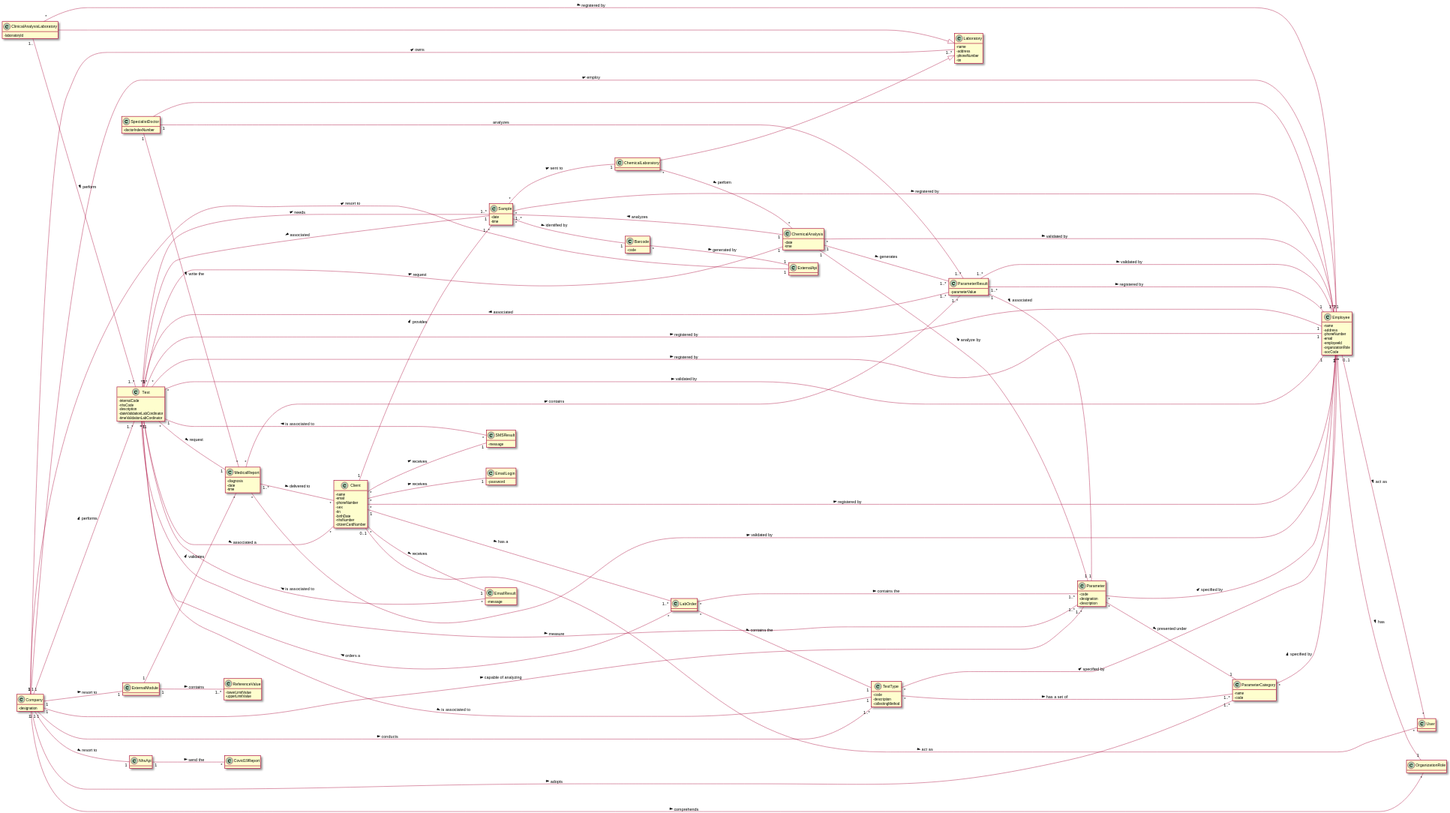
This is docs/SprintB/DM/DM2.svg from manu-07-ela/LAPR2_ISEP, a PlantUML export, as it was before one commit.
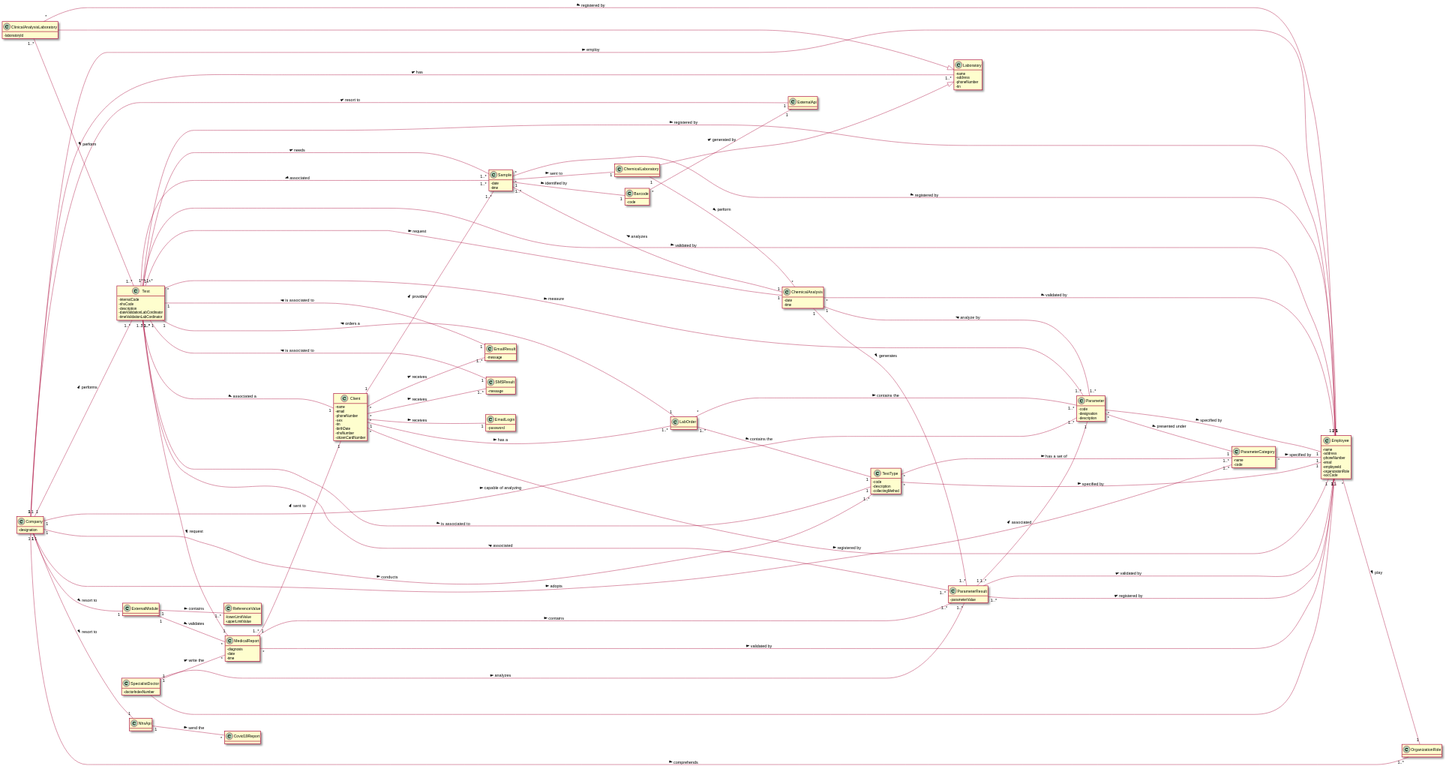
After the change.

Diff of the diagram source:
```diff
@@ -130,15 +130,13 @@
 -password
 }
 
-class User{
-}
 
 class OrganizationRole{
 }
 
-Company "1"---------------"1..*" Laboratory : owns >
-Company "1"---"*" Employee : employ >
-Company "1"---"*" OrganizationRole : comprehends >
+Company "1"---------------"1..*" Laboratory : has >
+Company "1"---"1..*" Employee : employ >
+Company "1"---"1..*" OrganizationRole : comprehends >
 Company "1"---"1..*" Parameter : capable of analyzing >
 Company "1"---"1..*" ParameterCategory : adopts >
 Company "1"---"1..*" Test : performs >
@@ -147,34 +145,32 @@
 Company "1"---"1" ExternalModule : resort to >
 Company "1"---"1" NhsApi : resort to >
 
-Employee "0..1"---"*" User : act as >
-Employee "*"---"1" OrganizationRole : has >
+Employee "*"---"1" OrganizationRole : play >
 
 ClinicalAnalysisLaboratory ---|> Laboratory
-ClinicalAnalysisLaboratory "1.."---"1..*" Test : perform >
+ClinicalAnalysisLaboratory "1..*"---"1..*" Test : perform >
 ClinicalAnalysisLaboratory "*"---"1" Employee : registered by >
 
 ChemicalLaboratory ---|> Laboratory
-ChemicalLaboratory "*"---"*" ChemicalAnalysis : perform >
+ChemicalLaboratory "1"---"*" ChemicalAnalysis : perform >
 
 Test "*"---"1" Employee : registered by >
-Test "*"---"*" Client : associated a >
-Test "*"---"1..*" Sample : needs  >
+Test "1..*"---"1" Client : associated a >
+Test "1..*"---"1..*" Sample : needs  >
 Test "*"---"1..*" Parameter : measure >
-Test "*"---"1" TestType : is associated to >
-Test "*" ---"1" ChemicalAnalysis : request >
-Test "*" ---"1" MedicalReport : request >
-Test "*"---"1" Employee : registered by >
+Test "1..*"---"1" TestType : is associated to >
+Test "1..*" ---"1" ChemicalAnalysis : request >
+Test "1..*" ---"1" MedicalReport : request >
 Test "*" ---"1" Employee : validated by >
 
 Parameter "*"---"1" ParameterCategory : presented under >
-Parameter "1" ---"1" ChemicalAnalysis : analyze by >
-Parameter "*" --- "*" Employee : specified by >
+Parameter "1..*" ---"1" ChemicalAnalysis : analyze by >
+Parameter "*" --- "1" Employee : specified by >
 
-ParameterCategory "*"--"*" Employee : specified by >
+ParameterCategory "*"--"1" Employee : specified by >
 
 TestType "*"---"1..*" ParameterCategory : has a set of >
-TestType "*"---"*" Employee : specified by >
+TestType "*"---"1" Employee : specified by >
 
 ParameterResult "1..*" --- "1" Test : associated >
 ParameterResult "1" --- "1" Parameter : associated >
@@ -182,22 +178,21 @@
 ParameterResult "1..*"---"1" Employee: registered by >
 
 Sample "*"---"1" ChemicalLaboratory : sent to >
-Sample "1"---"1" Test : associated >
-Sample "*"---"1" Barcode : identified by >
-Sample "*"---"*" Employee : registered by >
+Sample "1..*"---"1" Test : associated >
+Sample "1"---"1" Barcode : identified by >
+Sample "*"---"1" Employee : registered by >
 
 Barcode "*"---"1" ExternalApi : generated by >
 
 Client "1"---"1..*" LabOrder : has a >
 Client "1"---"1..*" Sample : provides >
-Client "*"---"1" SMSResult : receives >
-Client "*"---"1" EmailResult : receives >
+Client "*"---"1..*" SMSResult : receives >
+Client "*"---"1..*" EmailResult : receives >
 Client "*"---"1" EmailLogin : receives >
 Client "*"---"1" Employee : registered by >
-Client "0..1"---"*" User : act as >
 
-LabOrder "*"---------"1" Test : orders a >
-LabOrder "*"---"1" TestType : contains the >
+LabOrder "1"---------"1" Test : orders a >
+LabOrder "1..*"---"1" TestType : contains the >
 LabOrder "*"---"1..*" Parameter : contains the >
 
 ChemicalAnalysis "1" --- "1..*" Sample : analyzes >
@@ -205,11 +200,11 @@
 ChemicalAnalysis "*"---"1" Employee : validated by >
 
 SpecialistDoctor ---|> Employee
-SpecialistDoctor "1"---"1..*" ParameterResult : analyzes
+SpecialistDoctor "1"---"1..*" ParameterResult : analyzes >
 SpecialistDoctor "1"---"*" MedicalReport: write the >
 
-MedicalReport "1..*"---"*" Client : delivered to >
-MedicalReport "*"---"1..*" ParameterResult : contains >
+MedicalReport "1..*"---"1" Client : sent to >
+MedicalReport "1"---"1..*" ParameterResult : contains >
 MedicalReport "*"---"1" Employee : validated by >
 
 ExternalModule "1"---"*" MedicalReport : validates >
@@ -217,7 +212,8 @@
 
 NhsApi "1"---"*" Covid19Report : send the >
 
-EmailResult "*"---"1" Test : is associated to >
-SMSResult "*"---"1" Test : is associated to >
+EmailResult "1"---"1" Test : is associated to >
+
+SMSResult "1"---"1" Test : is associated to >
 
 @enduml
```
